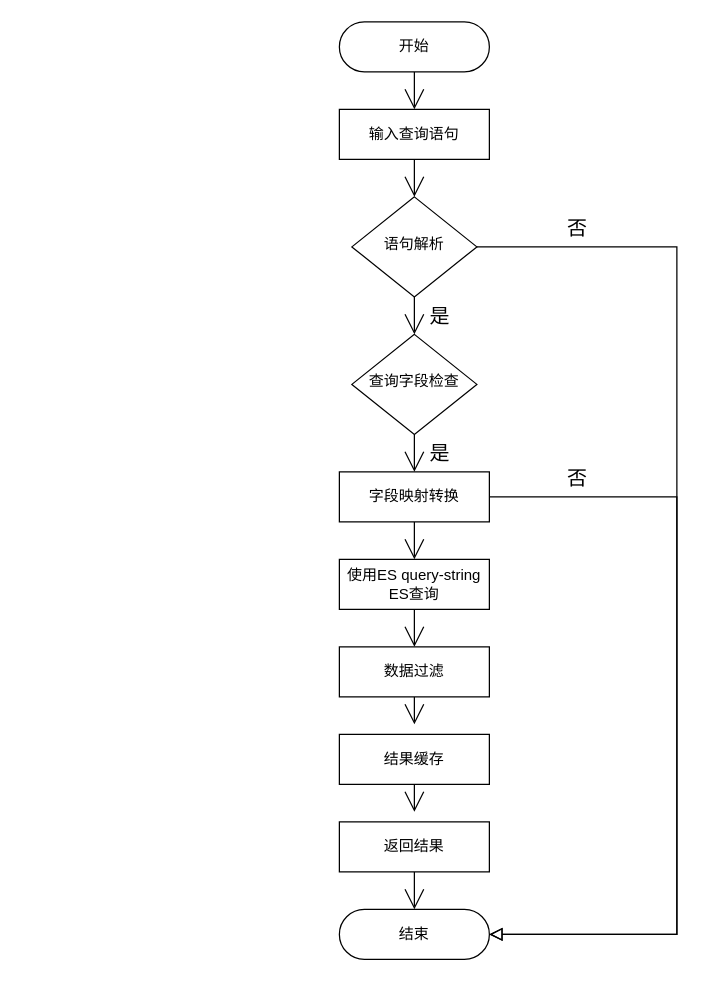
This is 未命名绘图.drawio from Darr-en1/pdf, a draw.io file, before an edit. Source tidied: cells renumbered, new cells numbered last; positions are measured from the earlier drawing's top-left corner, leaving out a move shared by most shapes. Both pictures are drawn from the tidied source at 125%, with x=0, y=0 at pixel (339, 21).
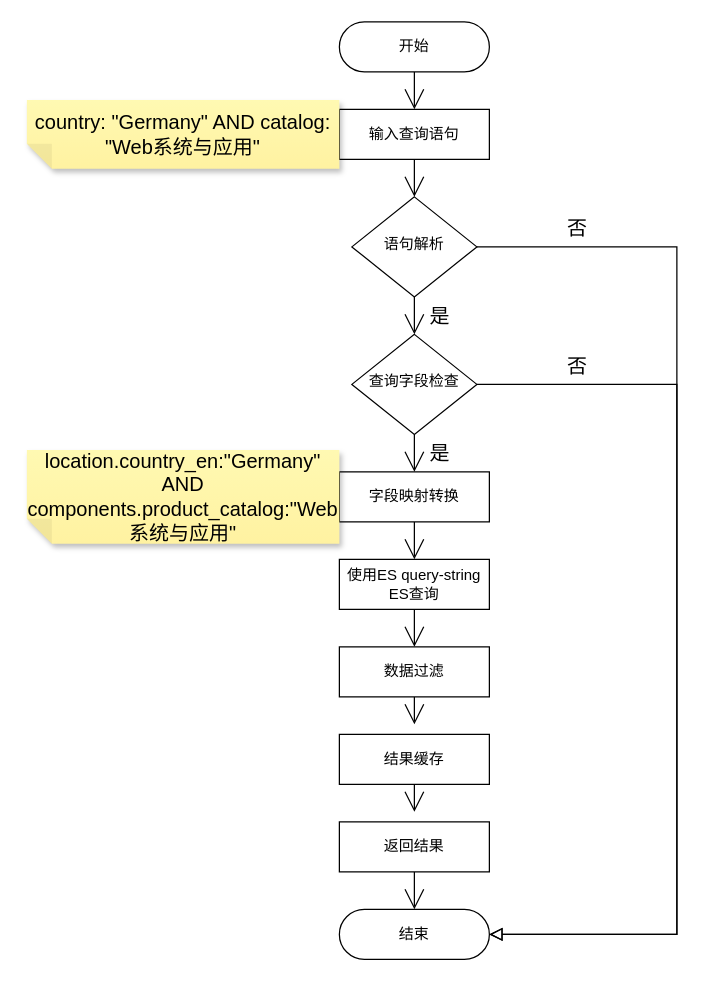
After the change.

Unchanged cells that the change refers to:
```xml
<mxCell id="7" value="结束" style="rounded=1;whiteSpace=wrap;html=1;fontSize=12;glass=0;strokeWidth=1;shadow=0;arcSize=50;" parent="1" vertex="1">
  <mxGeometry y="710" width="120" height="40" as="geometry" />
</mxCell>
<mxCell id="11" value="字段映射转换" style="rounded=1;whiteSpace=wrap;html=1;fontSize=12;glass=0;strokeWidth=1;shadow=0;arcSize=0;" parent="1" vertex="1">
  <mxGeometry y="360" width="120" height="40" as="geometry" />
</mxCell>
<mxCell id="13" value="查询字段检查" style="rhombus;whiteSpace=wrap;html=1;shadow=0;fontFamily=Helvetica;fontSize=12;align=center;strokeWidth=1;spacing=6;spacingTop=-4;" parent="1" vertex="1">
  <mxGeometry x="10" y="250" width="100" height="80" as="geometry" />
</mxCell>
```

What changed in the source:
```diff
@@
-    <mxCell id="17" style="edgeStyle=orthogonalEdgeStyle;rounded=0;html=1;jettySize=auto;fontSize=11;endArrow=block;endFill=0;endSize=8;strokeWidth=1;shadow=0;labelBackgroundColor=none;exitX=1;exitY=0.5;exitDx=0;exitDy=0;entryX=1;entryY=0.5;entryDx=0;entryDy=0;" parent="1" edge="1" source="11" target="7">
+    <mxCell id="17" style="edgeStyle=orthogonalEdgeStyle;rounded=0;html=1;jettySize=auto;fontSize=11;endArrow=block;endFill=0;endSize=8;strokeWidth=1;shadow=0;labelBackgroundColor=none;exitX=1;exitY=0.5;exitDx=0;exitDy=0;entryX=1;entryY=0.5;entryDx=0;entryDy=0;" parent="1" edge="1" source="13" target="7">
       <mxGeometry y="10" relative="1" as="geometry">
         <Array as="points">
-          <mxPoint x="270" y="380" />
+          <mxPoint x="270" y="290" />
           <mxPoint x="270" y="730" />
         </Array>
       </mxGeometry>
     </mxCell>
     <mxCell id="18" value="否" style="text;html=1;align=center;verticalAlign=middle;strokeColor=none;fillColor=none;fontSize=16;" parent="1" vertex="1">
-      <mxGeometry x="170" y="350" width="40" height="30" as="geometry" />
+      <mxGeometry x="170" y="260" width="40" height="30" as="geometry" />
     </mxCell>
@@
+    <mxCell id="27" value="country: &quot;Germany&quot; AND catalog: &quot;Web系统与应用&quot;" style="shape=note;whiteSpace=wrap;html=1;backgroundOutline=1;fontColor=#000000;darkOpacity=0.05;fillColor=#FFF9B2;strokeColor=none;fillStyle=solid;direction=west;gradientDirection=north;gradientColor=#FFF2A1;shadow=1;size=20;fontSize=16;" parent="1" vertex="1">
+      <mxGeometry x="-250" y="62.5" width="250" height="55" as="geometry" />
+    </mxCell>
+    <mxCell id="28" value="location.country_en:&quot;Germany&quot; AND components.product_catalog:&quot;Web系统与应用&quot;" style="shape=note;whiteSpace=wrap;html=1;backgroundOutline=1;fontColor=#000000;darkOpacity=0.05;fillColor=#FFF9B2;strokeColor=none;fillStyle=solid;direction=west;gradientDirection=north;gradientColor=#FFF2A1;shadow=1;size=20;fontSize=16;" parent="1" vertex="1">
+      <mxGeometry x="-250" y="342.5" width="250" height="75" as="geometry" />
+    </mxCell>
```
